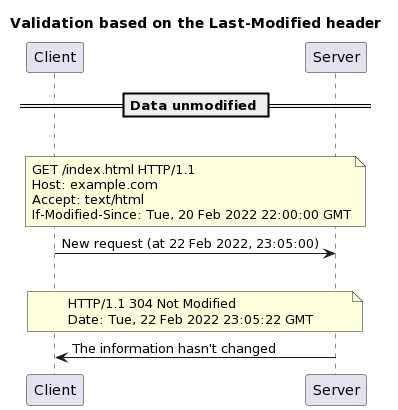
Earlier version of the PlantUML export 23-caching-and-performance/images/validation-model-based-on-the-last-modified-header-part-2.png (heig-vd-dai-course/heig-vd-dai-course).
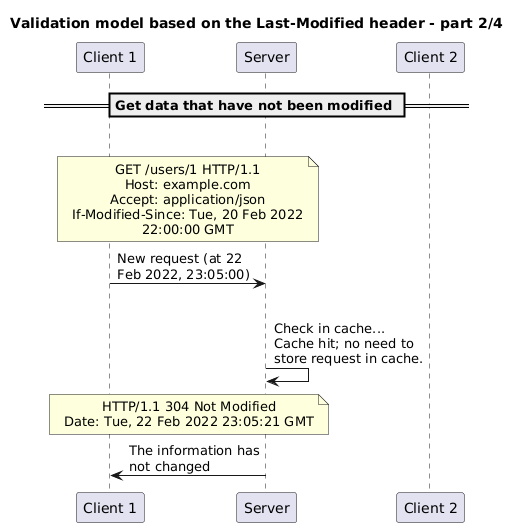
Later version of the same file.

Diff of the diagram source:
```diff
@@ -1,26 +1,35 @@
 @startuml
-title "Validation based on the Last-Modified header"
+skinparam boxPadding 100
+skinparam maxMessageSize 150
+skinparam noteTextAlignment center
+skinparam sequenceMessageAlign direction
+skinparam wrapWidth 250
 
-participant Client
-participant Server
+title "Validation model based on the Last-Modified header - part 2/4"
 
-== Data unmodified ==
+participant "Client 1" as client1
+participant "Server" as server
+participant "Client 2" as client2
+
+== Get data that have not been modified ==
 
 |||
 
-note over Client, Server
-GET /index.html HTTP/1.1
+note over client1, server
+GET /users/1 HTTP/1.1
 Host: example.com
-Accept: text/html
+Accept: application/json
 If-Modified-Since: Tue, 20 Feb 2022 22:00:00 GMT
 end note
-Client -> Server: New request (at 22 Feb 2022, 23:05:00)
+client1 -> server: New request (at 22 Feb 2022, 23:05:00)
 
 |||
 
-note over Client, Server
+server -> server: Check in cache...\nCache hit; no need to store request in cache.
+
+note over client1, server
 HTTP/1.1 304 Not Modified
-Date: Tue, 22 Feb 2022 23:05:22 GMT
+Date: Tue, 22 Feb 2022 23:05:21 GMT
 end note
-Server -> Client: The information hasn't changed
+server -> client1: The information has not changed
 @enduml
```
